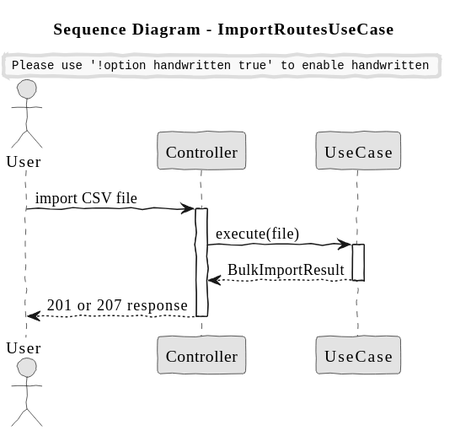
Before: docs/system-documentation/use-cases/BONUS/US225/svg/sd_ImportRoutesUseCase.svg, a diagram exported from PlantUML (VascoMagolo/psoft_1231562_1241692_1242036_2db).
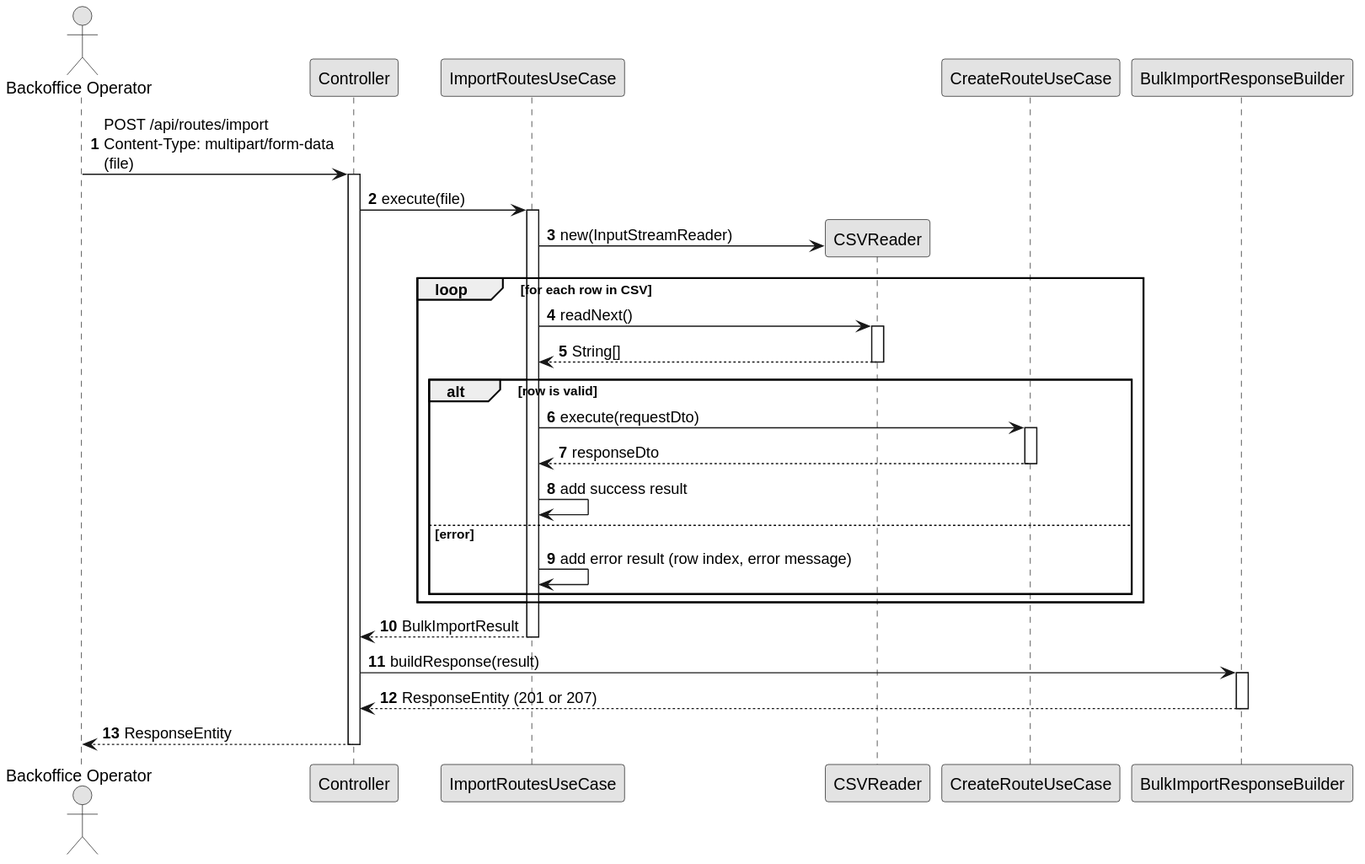
The same file after the commit.

Diff of the diagram source:
```diff
@@ -1,22 +1,48 @@
 @startuml
-skinparam handwritten true
+autonumber
 skinparam monochrome true
 skinparam packageStyle rect
-skinparam defaultFontName FG Virgil
 skinparam shadowing false
 
-title Sequence Diagram - ImportRoutesUseCase
+actor "Backoffice Operator" as Actor
+participant "Controller" as Ctrl
+participant "ImportRoutesUseCase" as UC
+participant "CSVReader" as Reader
+participant "CreateRouteUseCase" as InnerUC
+participant "BulkImportResponseBuilder" as Builder
 
-actor "User" as user
-participant "Controller" as ctrl
-participant "UseCase" as uc
+Actor -> Ctrl : POST /api/routes/import\nContent-Type: multipart/form-data\n(file)
+activate Ctrl
 
-user -> ctrl: import CSV file
-activate ctrl
-ctrl -> uc: execute(file)
-activate uc
-uc --> ctrl: BulkImportResult
-deactivate uc
-ctrl --> user: 201 or 207 response
-deactivate ctrl
+Ctrl -> UC : execute(file)
+activate UC
+
+UC -> Reader ** : new(InputStreamReader)
+loop for each row in CSV
+    UC -> Reader : readNext()
+    activate Reader
+    Reader --> UC : String[]
+    deactivate Reader
+
+    alt row is valid
+        UC -> InnerUC : execute(requestDto)
+        activate InnerUC
+        InnerUC --> UC : responseDto
+        deactivate InnerUC
+        UC -> UC : add success result
+    else error
+        UC -> UC : add error result (row index, error message)
+    end
+end
+
+UC --> Ctrl : BulkImportResult
+deactivate UC
+
+Ctrl -> Builder : buildResponse(result)
+activate Builder
+Builder --> Ctrl : ResponseEntity (201 or 207)
+deactivate Builder
+
+Ctrl --> Actor : ResponseEntity
+deactivate Ctrl
 @enduml
```
